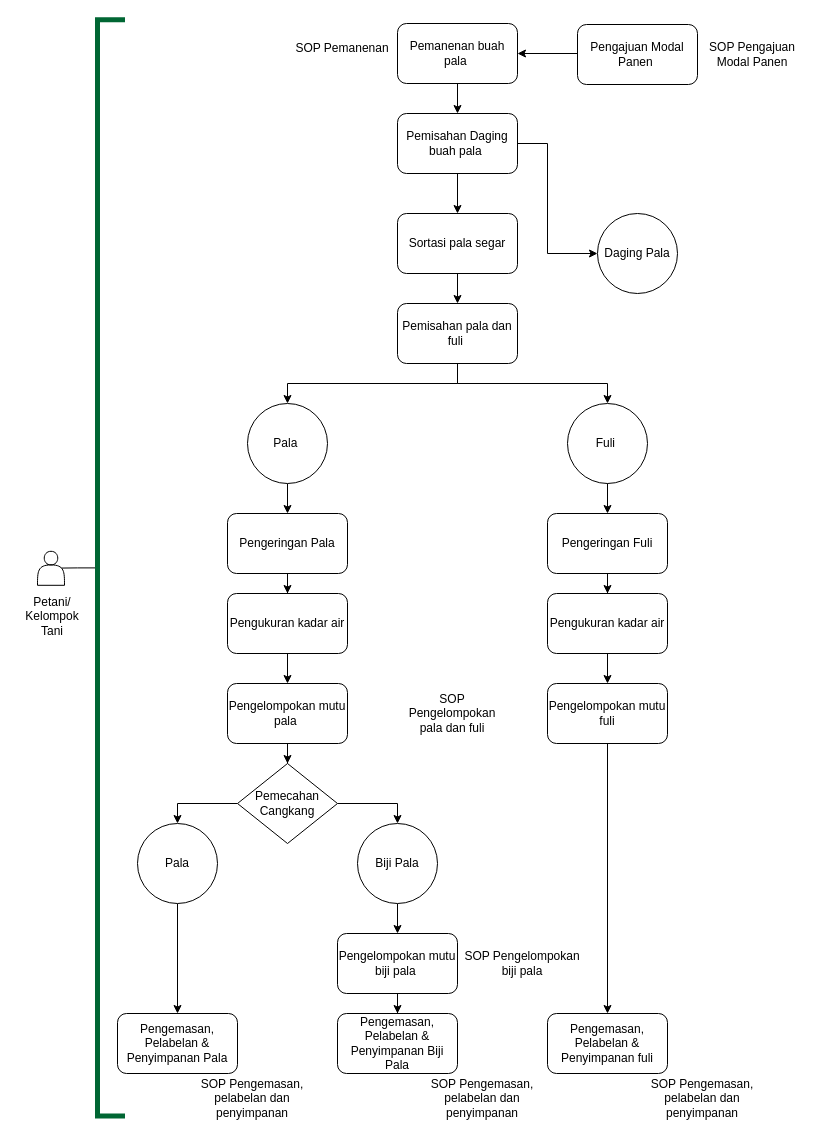
The draw.io diagram page "Page-1" (1 of 2) of alur pala gudang fakfak.drawio in dewikiswani/buku, before the edit. Source tidied: cells renumbered, new cells numbered last; positions are measured from the earlier drawing's top-left corner, leaving out a move shared by most shapes. Both pictures are drawn from the tidied source at 100%, with x=0, y=0 at pixel (-439, 23).
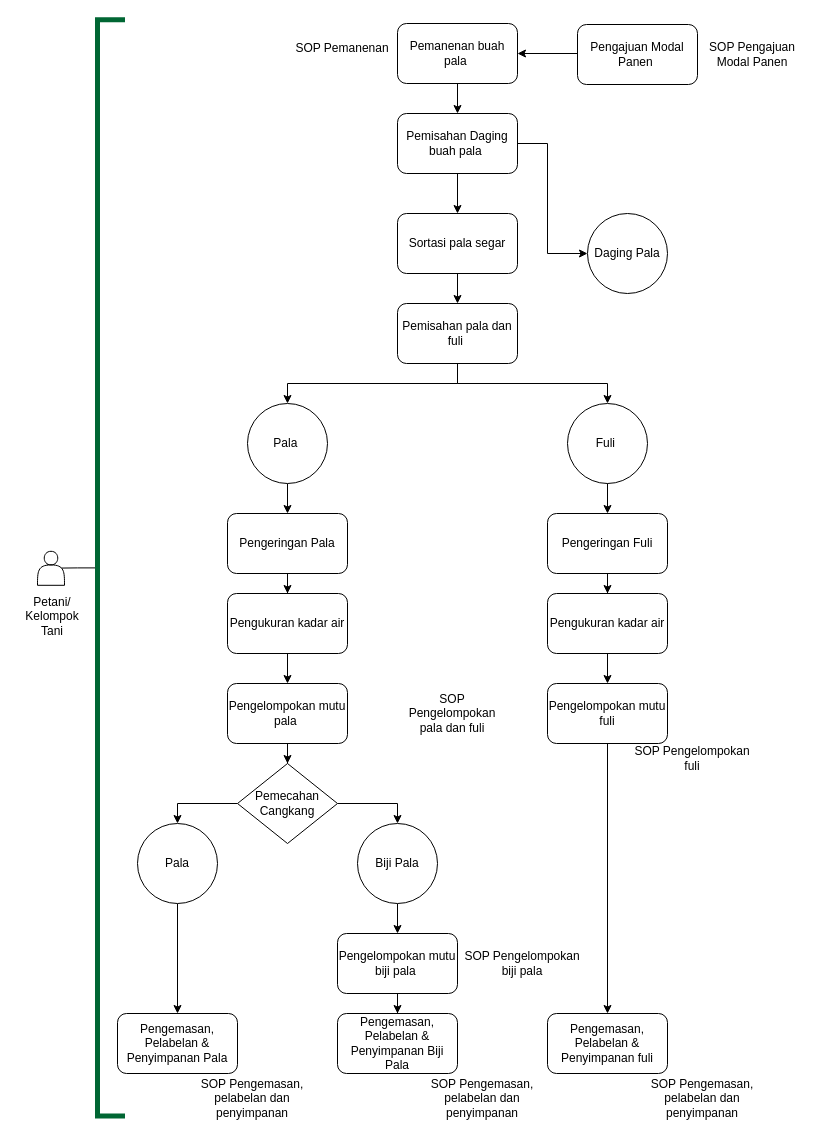
The same page after the edit.

The edit, as a diff of the source:
```diff
@@
     <mxCell id="40" value="Daging Pala" style="ellipse;whiteSpace=wrap;html=1;rounded=0;" parent="1" vertex="1">
-      <mxGeometry x="1036" y="190" width="80" height="80" as="geometry" />
+      <mxGeometry x="1026" y="190" width="80" height="80" as="geometry" />
     </mxCell>
@@
+    <mxCell id="54" value="SOP Pengelompokan fuli" style="text;html=1;strokeColor=none;fillColor=none;align=center;verticalAlign=middle;whiteSpace=wrap;rounded=0;" parent="1" vertex="1">
+      <mxGeometry x="1066" y="720" width="130" height="30" as="geometry" />
+    </mxCell>
```
